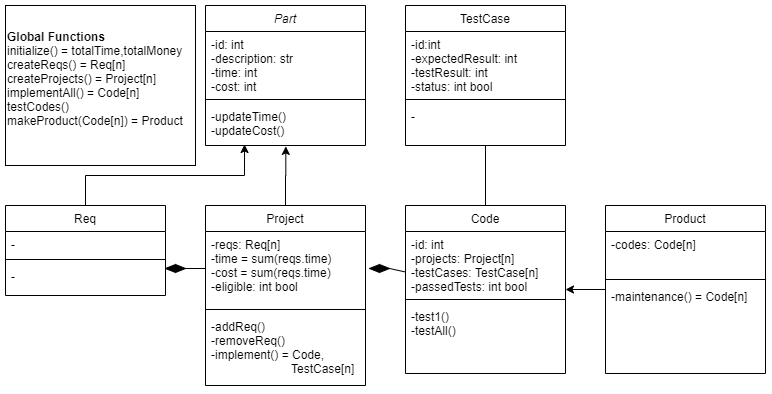
Before: PSasS UML.png, a diagram exported from draw.io (brusangues/software-engineering). Source tidied: cells renumbered, new cells last; positions are measured from the earlier drawing's top-left corner, leaving out a move shared by most shapes. The source it was exported from:
```xml
<mxGraphModel>
  <root>
    <mxCell id="0" />
    <mxCell id="1" parent="0" />
    <mxCell id="2" value="&lt;div&gt;&lt;span&gt;&lt;b&gt;Global Functions&lt;/b&gt;&lt;/span&gt;&lt;/div&gt;&lt;div&gt;&lt;span&gt;initialize() = totalTime,totalMoney&lt;/span&gt;&lt;/div&gt;&lt;div&gt;&lt;span&gt;createReqs() = Req[n]&lt;/span&gt;&lt;/div&gt;&lt;div&gt;&lt;span&gt;createProjects() = Project[n]&lt;/span&gt;&lt;/div&gt;&lt;div&gt;&lt;span&gt;implementAll() = Code[n]&lt;/span&gt;&lt;/div&gt;&lt;div&gt;testCodes()&lt;/div&gt;&lt;div&gt;&lt;span&gt;makeProduct(Code[n]) = Product&lt;/span&gt;&lt;br&gt;&lt;/div&gt;&lt;div&gt;&lt;span&gt;&lt;br&gt;&lt;/span&gt;&lt;/div&gt;" style="rounded=0;whiteSpace=wrap;html=1;align=left;" parent="1" vertex="1">
      <mxGeometry width="190" height="160" as="geometry" />
    </mxCell>
    <mxCell id="3" style="edgeStyle=orthogonalEdgeStyle;rounded=0;jettySize=auto;html=1;exitX=0.5;exitY=0;exitDx=0;exitDy=0;entryX=0.244;entryY=0.976;entryDx=0;entryDy=0;entryPerimeter=0;" parent="1" edge="1" source="4" target="20">
      <mxGeometry relative="1" as="geometry" />
    </mxCell>
    <mxCell id="4" value="Req" style="swimlane;fontStyle=0;align=center;verticalAlign=top;horizontal=1;startSize=26;rounded=0;shadow=0;strokeWidth=1;" parent="1" vertex="1">
      <mxGeometry y="200" width="160" height="90" as="geometry" />
    </mxCell>
    <mxCell id="5" value="-" style="text;align=left;verticalAlign=top;spacingLeft=4;spacingRight=4;overflow=hidden;" parent="4" vertex="1">
      <mxGeometry y="26" width="160" height="24" as="geometry" />
    </mxCell>
    <mxCell id="6" style="line;html=1;strokeWidth=1;align=left;verticalAlign=middle;spacingTop=-1;spacingLeft=3;spacingRight=3;labelPosition=right;" parent="4" vertex="1">
      <mxGeometry y="50" width="160" height="8" as="geometry" />
    </mxCell>
    <mxCell id="7" value="-" style="text;align=left;verticalAlign=top;spacingLeft=4;spacingRight=4;overflow=hidden;" parent="4" vertex="1">
      <mxGeometry y="58" width="160" height="22" as="geometry" />
    </mxCell>
    <mxCell id="8" style="edgeStyle=orthogonalEdgeStyle;rounded=0;jettySize=auto;html=1;exitX=0.5;exitY=0;exitDx=0;exitDy=0;entryX=0.502;entryY=1.021;entryDx=0;entryDy=0;entryPerimeter=0;" parent="1" edge="1" source="9" target="20">
      <mxGeometry relative="1" as="geometry" />
    </mxCell>
    <mxCell id="9" value="Project" style="swimlane;fontStyle=0;align=center;verticalAlign=top;horizontal=1;startSize=26;rounded=0;shadow=0;strokeWidth=1;" parent="1" vertex="1">
      <mxGeometry x="200" y="200" width="160" height="180" as="geometry" />
    </mxCell>
    <mxCell id="10" value="-reqs: Req[n]&#10;-time = sum(reqs.time)&#10;-cost = sum(reqs.time)&#10;-eligible: int bool" style="text;align=left;verticalAlign=top;spacingLeft=4;spacingRight=4;overflow=hidden;points=[[0,0.5],[1,0.5]];portConstraint=eastwest;" parent="9" vertex="1">
      <mxGeometry y="26" width="160" height="74" as="geometry" />
    </mxCell>
    <mxCell id="11" style="line;html=1;strokeWidth=1;align=left;verticalAlign=middle;spacingTop=-1;spacingLeft=3;spacingRight=3;labelPosition=right;" parent="9" vertex="1">
      <mxGeometry y="100" width="160" height="8" as="geometry" />
    </mxCell>
    <mxCell id="12" value="-addReq()&#10;-removeReq()&#10;-implement() = Code, &#10;                        TestCase[n]" style="text;align=left;verticalAlign=top;spacingLeft=4;spacingRight=4;overflow=hidden;fontStyle=0;" parent="9" vertex="1">
      <mxGeometry y="108" width="160" height="72" as="geometry" />
    </mxCell>
    <mxCell id="13" value="Code" style="swimlane;fontStyle=0;align=center;verticalAlign=top;horizontal=1;startSize=26;rounded=0;shadow=0;strokeWidth=1;" parent="1" vertex="1">
      <mxGeometry x="400" y="200" width="160" height="168" as="geometry" />
    </mxCell>
    <mxCell id="14" value="-id: int&#10;-projects: Project[n]&#10;-testCases: TestCase[n]&#10;-passedTests: int bool" style="text;align=left;verticalAlign=top;spacingLeft=4;spacingRight=4;overflow=hidden;points=[[0,0.5],[1,0.5]];portConstraint=eastwest;" parent="13" vertex="1">
      <mxGeometry y="26" width="160" height="64" as="geometry" />
    </mxCell>
    <mxCell id="15" style="line;html=1;strokeWidth=1;align=left;verticalAlign=middle;spacingTop=-1;spacingLeft=3;spacingRight=3;labelPosition=right;" parent="13" vertex="1">
      <mxGeometry y="90" width="160" height="8" as="geometry" />
    </mxCell>
    <mxCell id="16" value="-test1()&#10;-testAll()&#10;" style="text;align=left;verticalAlign=top;spacingLeft=4;spacingRight=4;overflow=hidden;" parent="13" vertex="1">
      <mxGeometry y="98" width="160" height="70" as="geometry" />
    </mxCell>
    <mxCell id="17" value="Part" style="swimlane;fontStyle=2;align=center;verticalAlign=top;horizontal=1;startSize=26;rounded=0;shadow=0;strokeWidth=1;" parent="1" vertex="1">
      <mxGeometry x="200" width="160" height="140" as="geometry" />
    </mxCell>
    <mxCell id="18" value="-id: int&#10;-description: str&#10;-time: int&#10;-cost: int" style="text;align=left;verticalAlign=top;spacingLeft=4;spacingRight=4;overflow=hidden;points=[[0,0.5],[1,0.5]];portConstraint=eastwest;" parent="17" vertex="1">
      <mxGeometry y="26" width="160" height="64" as="geometry" />
    </mxCell>
    <mxCell id="19" style="line;html=1;strokeWidth=1;align=left;verticalAlign=middle;spacingTop=-1;spacingLeft=3;spacingRight=3;labelPosition=right;" parent="17" vertex="1">
      <mxGeometry y="90" width="160" height="8" as="geometry" />
    </mxCell>
    <mxCell id="20" value="-updateTime()&#10;-updateCost()" style="text;align=left;verticalAlign=top;spacingLeft=4;spacingRight=4;overflow=hidden;points=[[0,0.5],[1,0.5]];portConstraint=eastwest;" parent="17" vertex="1">
      <mxGeometry y="98" width="160" height="42" as="geometry" />
    </mxCell>
    <mxCell id="21" value="TestCase" style="swimlane;fontStyle=0;align=center;verticalAlign=top;horizontal=1;startSize=26;rounded=0;shadow=0;strokeWidth=1;" parent="1" vertex="1">
      <mxGeometry x="400" width="160" height="140" as="geometry" />
    </mxCell>
    <mxCell id="22" value="-id:int&#10;-expectedResult: int&#10;-testResult: int&#10;-status: int bool&#10;-" style="text;align=left;verticalAlign=top;spacingLeft=4;spacingRight=4;overflow=hidden;" parent="21" vertex="1">
      <mxGeometry y="26" width="160" height="64" as="geometry" />
    </mxCell>
    <mxCell id="23" style="line;html=1;strokeWidth=1;align=left;verticalAlign=middle;spacingTop=-1;spacingLeft=3;spacingRight=3;labelPosition=right;" parent="21" vertex="1">
      <mxGeometry y="90" width="160" height="8" as="geometry" />
    </mxCell>
    <mxCell id="24" value="-" style="text;align=left;verticalAlign=top;spacingLeft=4;spacingRight=4;overflow=hidden;points=[[0,0.5],[1,0.5]];portConstraint=eastwest;" parent="21" vertex="1">
      <mxGeometry y="98" width="160" height="22" as="geometry" />
    </mxCell>
    <mxCell id="25" style="rhombus;whiteSpace=wrap;html=1;fillColor=#000000;" parent="1" vertex="1">
      <mxGeometry x="160" y="259" width="20" height="8" as="geometry" />
    </mxCell>
    <mxCell id="26" style="endArrow=none;html=1;entryX=1;entryY=0.5;entryDx=0;entryDy=0;exitX=0;exitY=0.5;exitDx=0;exitDy=0;" parent="1" edge="1" source="10" target="25">
      <mxGeometry relative="1" as="geometry" />
    </mxCell>
    <mxCell id="27" style="rhombus;whiteSpace=wrap;html=1;fillColor=#000000;" parent="1" vertex="1">
      <mxGeometry x="364" y="259" width="20" height="8" as="geometry" />
    </mxCell>
    <mxCell id="28" style="edgeStyle=orthogonalEdgeStyle;rounded=0;jettySize=auto;html=1;" parent="1" edge="1" source="29" target="13">
      <mxGeometry relative="1" as="geometry" />
    </mxCell>
    <mxCell id="29" value="Product" style="swimlane;fontStyle=0;align=center;verticalAlign=top;horizontal=1;startSize=26;rounded=0;shadow=0;strokeWidth=1;" parent="1" vertex="1">
      <mxGeometry x="600" y="200" width="160" height="168" as="geometry" />
    </mxCell>
    <mxCell id="30" value="-codes: Code[n]" style="text;align=left;verticalAlign=top;spacingLeft=4;spacingRight=4;overflow=hidden;" parent="29" vertex="1">
      <mxGeometry y="26" width="160" height="44" as="geometry" />
    </mxCell>
    <mxCell id="31" style="line;html=1;strokeWidth=1;align=left;verticalAlign=middle;spacingTop=-1;spacingLeft=3;spacingRight=3;labelPosition=right;" parent="29" vertex="1">
      <mxGeometry y="70" width="160" height="8" as="geometry" />
    </mxCell>
    <mxCell id="32" value="-maintenance() = Code[n]" style="text;align=left;verticalAlign=top;spacingLeft=4;spacingRight=4;overflow=hidden;" parent="29" vertex="1">
      <mxGeometry y="78" width="160" height="70" as="geometry" />
    </mxCell>
    <mxCell id="33" style="endArrow=none;html=1;exitX=1;exitY=0.5;exitDx=0;exitDy=0;" parent="1" edge="1" source="27" target="13">
      <mxGeometry relative="1" as="geometry" />
    </mxCell>
    <mxCell id="34" style="endArrow=none;html=1;entryX=0.5;entryY=1;entryDx=0;entryDy=0;exitX=0.5;exitY=0;exitDx=0;exitDy=0;" parent="1" edge="1" source="13" target="21">
      <mxGeometry relative="1" as="geometry" />
    </mxCell>
  </root>
</mxGraphModel>
```
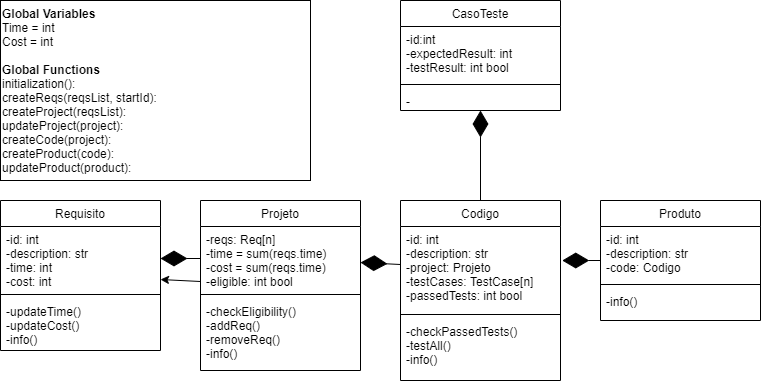
Above is the later version.

What changed in the source:
```diff
@@ -2,53 +2,59 @@
   <root>
     <mxCell id="0" />
     <mxCell id="1" parent="0" />
-    <mxCell id="2" value="&lt;div&gt;&lt;span&gt;&lt;b&gt;Global Functions&lt;/b&gt;&lt;/span&gt;&lt;/div&gt;&lt;div&gt;&lt;span&gt;initialize() = totalTime,totalMoney&lt;/span&gt;&lt;/div&gt;&lt;div&gt;&lt;span&gt;createReqs() = Req[n]&lt;/span&gt;&lt;/div&gt;&lt;div&gt;&lt;span&gt;createProjects() = Project[n]&lt;/span&gt;&lt;/div&gt;&lt;div&gt;&lt;span&gt;implementAll() = Code[n]&lt;/span&gt;&lt;/div&gt;&lt;div&gt;testCodes()&lt;/div&gt;&lt;div&gt;&lt;span&gt;makeProduct(Code[n]) = Product&lt;/span&gt;&lt;br&gt;&lt;/div&gt;&lt;div&gt;&lt;span&gt;&lt;br&gt;&lt;/span&gt;&lt;/div&gt;" style="rounded=0;whiteSpace=wrap;html=1;align=left;" parent="1" vertex="1">
-      <mxGeometry width="190" height="160" as="geometry" />
+    <mxCell id="2" value="&lt;div&gt;&lt;span&gt;&lt;b&gt;Global Variables&lt;/b&gt;&lt;/span&gt;&lt;/div&gt;&lt;div&gt;&lt;span&gt;Time = int&lt;/span&gt;&lt;/div&gt;&lt;div&gt;&lt;span&gt;Cost = int&lt;/span&gt;&lt;/div&gt;&lt;div&gt;&lt;span&gt;&lt;br&gt;&lt;/span&gt;&lt;/div&gt;&lt;div&gt;&lt;b&gt;Global Functions&lt;/b&gt;&lt;/div&gt;&lt;div&gt;&lt;div&gt;initialization():&lt;/div&gt;&lt;div&gt;createReqs(reqsList, startId):&lt;/div&gt;&lt;div&gt;createProject(reqsList):&lt;/div&gt;&lt;div&gt;updateProject(project):&lt;/div&gt;&lt;div&gt;createCode(project):&lt;/div&gt;&lt;div&gt;createProduct(code):&lt;/div&gt;&lt;div&gt;updateProduct(product):&lt;/div&gt;&lt;/div&gt;" style="rounded=0;whiteSpace=wrap;html=1;align=left;" parent="1" vertex="1">
+      <mxGeometry width="310" height="180" as="geometry" />
     </mxCell>
-    <mxCell id="3" style="edgeStyle=orthogonalEdgeStyle;rounded=0;jettySize=auto;html=1;exitX=0.5;exitY=0;exitDx=0;exitDy=0;entryX=0.244;entryY=0.976;entryDx=0;entryDy=0;entryPerimeter=0;" parent="1" edge="1" source="4" target="20">
-      <mxGeometry relative="1" as="geometry" />
-    </mxCell>
-    <mxCell id="4" value="Req" style="swimlane;fontStyle=0;align=center;verticalAlign=top;horizontal=1;startSize=26;rounded=0;shadow=0;strokeWidth=1;" parent="1" vertex="1">
-      <mxGeometry y="200" width="160" height="90" as="geometry" />
-    </mxCell>
-    <mxCell id="5" value="-" style="text;align=left;verticalAlign=top;spacingLeft=4;spacingRight=4;overflow=hidden;" parent="4" vertex="1">
-      <mxGeometry y="26" width="160" height="24" as="geometry" />
-    </mxCell>
-    <mxCell id="6" style="line;html=1;strokeWidth=1;align=left;verticalAlign=middle;spacingTop=-1;spacingLeft=3;spacingRight=3;labelPosition=right;" parent="4" vertex="1">
-      <mxGeometry y="50" width="160" height="8" as="geometry" />
-    </mxCell>
-    <mxCell id="7" value="-" style="text;align=left;verticalAlign=top;spacingLeft=4;spacingRight=4;overflow=hidden;" parent="4" vertex="1">
-      <mxGeometry y="58" width="160" height="22" as="geometry" />
-    </mxCell>
-    <mxCell id="8" style="edgeStyle=orthogonalEdgeStyle;rounded=0;jettySize=auto;html=1;exitX=0.5;exitY=0;exitDx=0;exitDy=0;entryX=0.502;entryY=1.021;entryDx=0;entryDy=0;entryPerimeter=0;" parent="1" edge="1" source="9" target="20">
-      <mxGeometry relative="1" as="geometry" />
-    </mxCell>
-    <mxCell id="9" value="Project" style="swimlane;fontStyle=0;align=center;verticalAlign=top;horizontal=1;startSize=26;rounded=0;shadow=0;strokeWidth=1;" parent="1" vertex="1">
-      <mxGeometry x="200" y="200" width="160" height="180" as="geometry" />
+    <mxCell id="9" value="Projeto" style="swimlane;fontStyle=0;align=center;verticalAlign=top;horizontal=1;startSize=26;rounded=0;shadow=0;strokeWidth=1;" parent="1" vertex="1">
+      <mxGeometry x="200" y="200" width="160" height="170" as="geometry" />
     </mxCell>
     <mxCell id="10" value="-reqs: Req[n]&#10;-time = sum(reqs.time)&#10;-cost = sum(reqs.time)&#10;-eligible: int bool" style="text;align=left;verticalAlign=top;spacingLeft=4;spacingRight=4;overflow=hidden;points=[[0,0.5],[1,0.5]];portConstraint=eastwest;" parent="9" vertex="1">
-      <mxGeometry y="26" width="160" height="74" as="geometry" />
+      <mxGeometry y="26" width="160" height="64" as="geometry" />
     </mxCell>
     <mxCell id="11" style="line;html=1;strokeWidth=1;align=left;verticalAlign=middle;spacingTop=-1;spacingLeft=3;spacingRight=3;labelPosition=right;" parent="9" vertex="1">
-      <mxGeometry y="100" width="160" height="8" as="geometry" />
+      <mxGeometry y="90" width="160" height="8" as="geometry" />
     </mxCell>
-    <mxCell id="12" value="-addReq()&#10;-removeReq()&#10;-implement() = Code, &#10;                        TestCase[n]" style="text;align=left;verticalAlign=top;spacingLeft=4;spacingRight=4;overflow=hidden;fontStyle=0;" parent="9" vertex="1">
-      <mxGeometry y="108" width="160" height="72" as="geometry" />
+    <mxCell id="12" value="-checkEligibility()&#10;-addReq()&#10;-removeReq()&#10;-info()" style="text;align=left;verticalAlign=top;spacingLeft=4;spacingRight=4;overflow=hidden;fontStyle=0;" parent="9" vertex="1">
+      <mxGeometry y="98" width="160" height="72" as="geometry" />
     </mxCell>
-    <mxCell id="13" value="Code" style="swimlane;fontStyle=0;align=center;verticalAlign=top;horizontal=1;startSize=26;rounded=0;shadow=0;strokeWidth=1;" parent="1" vertex="1">
-      <mxGeometry x="400" y="200" width="160" height="168" as="geometry" />
+    <mxCell id="13" value="Codigo" style="swimlane;fontStyle=0;align=center;verticalAlign=top;horizontal=1;startSize=26;rounded=0;shadow=0;strokeWidth=1;" parent="1" vertex="1">
+      <mxGeometry x="400" y="200" width="160" height="180" as="geometry" />
     </mxCell>
-    <mxCell id="14" value="-id: int&#10;-projects: Project[n]&#10;-testCases: TestCase[n]&#10;-passedTests: int bool" style="text;align=left;verticalAlign=top;spacingLeft=4;spacingRight=4;overflow=hidden;points=[[0,0.5],[1,0.5]];portConstraint=eastwest;" parent="13" vertex="1">
-      <mxGeometry y="26" width="160" height="64" as="geometry" />
+    <mxCell id="14" value="-id: int&#10;-description: str&#10;-project: Projeto&#10;-testCases: TestCase[n]&#10;-passedTests: int bool" style="text;align=left;verticalAlign=top;spacingLeft=4;spacingRight=4;overflow=hidden;points=[[0,0.5],[1,0.5]];portConstraint=eastwest;" parent="13" vertex="1">
+      <mxGeometry y="26" width="160" height="84" as="geometry" />
     </mxCell>
     <mxCell id="15" style="line;html=1;strokeWidth=1;align=left;verticalAlign=middle;spacingTop=-1;spacingLeft=3;spacingRight=3;labelPosition=right;" parent="13" vertex="1">
-      <mxGeometry y="90" width="160" height="8" as="geometry" />
+      <mxGeometry y="110" width="160" height="8" as="geometry" />
     </mxCell>
-    <mxCell id="16" value="-test1()&#10;-testAll()&#10;" style="text;align=left;verticalAlign=top;spacingLeft=4;spacingRight=4;overflow=hidden;" parent="13" vertex="1">
-      <mxGeometry y="98" width="160" height="70" as="geometry" />
+    <mxCell id="16" value="-checkPassedTests()&#10;-testAll()&#10;-info()&#10;" style="text;align=left;verticalAlign=top;spacingLeft=4;spacingRight=4;overflow=hidden;" parent="13" vertex="1">
+      <mxGeometry y="118" width="160" height="52" as="geometry" />
     </mxCell>
+    <mxCell id="21" value="CasoTeste" style="swimlane;fontStyle=0;align=center;verticalAlign=top;horizontal=1;startSize=26;rounded=0;shadow=0;strokeWidth=1;" parent="1" vertex="1">
+      <mxGeometry x="400" width="160" height="110" as="geometry" />
+    </mxCell>
+    <mxCell id="22" value="-id:int&#10;-expectedResult: int&#10;-testResult: int bool" style="text;align=left;verticalAlign=top;spacingLeft=4;spacingRight=4;overflow=hidden;" parent="21" vertex="1">
+      <mxGeometry y="26" width="160" height="54" as="geometry" />
+    </mxCell>
+    <mxCell id="23" style="line;html=1;strokeWidth=1;align=left;verticalAlign=middle;spacingTop=-1;spacingLeft=3;spacingRight=3;labelPosition=right;" parent="21" vertex="1">
+      <mxGeometry y="80" width="160" height="8" as="geometry" />
+    </mxCell>
+    <mxCell id="24" value="-" style="text;align=left;verticalAlign=top;spacingLeft=4;spacingRight=4;overflow=hidden;points=[[0,0.5],[1,0.5]];portConstraint=eastwest;" parent="21" vertex="1">
+      <mxGeometry y="88" width="160" height="22" as="geometry" />
+    </mxCell>
+    <mxCell id="29" value="Produto" style="swimlane;fontStyle=0;align=center;verticalAlign=top;horizontal=1;startSize=26;rounded=0;shadow=0;strokeWidth=1;" parent="1" vertex="1">
+      <mxGeometry x="600" y="200" width="160" height="120" as="geometry" />
+    </mxCell>
+    <mxCell id="30" value="-id: int&#10;-description: str&#10;-code: Codigo&#10;" style="text;align=left;verticalAlign=top;spacingLeft=4;spacingRight=4;overflow=hidden;" parent="29" vertex="1">
+      <mxGeometry y="26" width="160" height="54" as="geometry" />
+    </mxCell>
+    <mxCell id="31" style="line;html=1;strokeWidth=1;align=left;verticalAlign=middle;spacingTop=-1;spacingLeft=3;spacingRight=3;labelPosition=right;" parent="29" vertex="1">
+      <mxGeometry y="80" width="160" height="8" as="geometry" />
+    </mxCell>
+    <mxCell id="32" value="-info()" style="text;align=left;verticalAlign=top;spacingLeft=4;spacingRight=4;overflow=hidden;" parent="29" vertex="1">
+      <mxGeometry y="88" width="160" height="32" as="geometry" />
+    </mxCell>
-    <mxCell id="17" value="Part" style="swimlane;fontStyle=2;align=center;verticalAlign=top;horizontal=1;startSize=26;rounded=0;shadow=0;strokeWidth=1;" parent="1" vertex="1">
-      <mxGeometry x="200" width="160" height="140" as="geometry" />
+    <mxCell id="17" value="Requisito" style="swimlane;fontStyle=0;align=center;verticalAlign=top;horizontal=1;startSize=26;rounded=0;shadow=0;strokeWidth=1;" parent="1" vertex="1">
+      <mxGeometry y="200" width="160" height="150" as="geometry" />
     </mxCell>
     <mxCell id="18" value="-id: int&#10;-description: str&#10;-time: int&#10;-cost: int" style="text;align=left;verticalAlign=top;spacingLeft=4;spacingRight=4;overflow=hidden;points=[[0,0.5],[1,0.5]];portConstraint=eastwest;" parent="17" vertex="1">
       <mxGeometry y="26" width="160" height="64" as="geometry" />
@@ -56,50 +62,23 @@
     <mxCell id="19" style="line;html=1;strokeWidth=1;align=left;verticalAlign=middle;spacingTop=-1;spacingLeft=3;spacingRight=3;labelPosition=right;" parent="17" vertex="1">
       <mxGeometry y="90" width="160" height="8" as="geometry" />
     </mxCell>
-    <mxCell id="20" value="-updateTime()&#10;-updateCost()" style="text;align=left;verticalAlign=top;spacingLeft=4;spacingRight=4;overflow=hidden;points=[[0,0.5],[1,0.5]];portConstraint=eastwest;" parent="17" vertex="1">
-      <mxGeometry y="98" width="160" height="42" as="geometry" />
+    <mxCell id="20" value="-updateTime()&#10;-updateCost()&#10;-info()" style="text;align=left;verticalAlign=top;spacingLeft=4;spacingRight=4;overflow=hidden;points=[[0,0.5],[1,0.5]];portConstraint=eastwest;" parent="17" vertex="1">
+      <mxGeometry y="98" width="160" height="52" as="geometry" />
     </mxCell>
-    <mxCell id="21" value="TestCase" style="swimlane;fontStyle=0;align=center;verticalAlign=top;horizontal=1;startSize=26;rounded=0;shadow=0;strokeWidth=1;" parent="1" vertex="1">
-      <mxGeometry x="400" width="160" height="140" as="geometry" />
-    </mxCell>
-    <mxCell id="22" value="-id:int&#10;-expectedResult: int&#10;-testResult: int&#10;-status: int bool&#10;-" style="text;align=left;verticalAlign=top;spacingLeft=4;spacingRight=4;overflow=hidden;" parent="21" vertex="1">
-      <mxGeometry y="26" width="160" height="64" as="geometry" />
-    </mxCell>
-    <mxCell id="23" style="line;html=1;strokeWidth=1;align=left;verticalAlign=middle;spacingTop=-1;spacingLeft=3;spacingRight=3;labelPosition=right;" parent="21" vertex="1">
-      <mxGeometry y="90" width="160" height="8" as="geometry" />
-    </mxCell>
-    <mxCell id="24" value="-" style="text;align=left;verticalAlign=top;spacingLeft=4;spacingRight=4;overflow=hidden;points=[[0,0.5],[1,0.5]];portConstraint=eastwest;" parent="21" vertex="1">
-      <mxGeometry y="98" width="160" height="22" as="geometry" />
-    </mxCell>
-    <mxCell id="25" style="rhombus;whiteSpace=wrap;html=1;fillColor=#000000;" parent="1" vertex="1">
-      <mxGeometry x="160" y="259" width="20" height="8" as="geometry" />
-    </mxCell>
-    <mxCell id="26" style="endArrow=none;html=1;entryX=1;entryY=0.5;entryDx=0;entryDy=0;exitX=0;exitY=0.5;exitDx=0;exitDy=0;" parent="1" edge="1" source="10" target="25">
-      <mxGeometry relative="1" as="geometry" />
-    </mxCell>
-    <mxCell id="27" style="rhombus;whiteSpace=wrap;html=1;fillColor=#000000;" parent="1" vertex="1">
-      <mxGeometry x="364" y="259" width="20" height="8" as="geometry" />
-    </mxCell>
-    <mxCell id="28" style="edgeStyle=orthogonalEdgeStyle;rounded=0;jettySize=auto;html=1;" parent="1" edge="1" source="29" target="13">
-      <mxGeometry relative="1" as="geometry" />
-    </mxCell>
-    <mxCell id="29" value="Product" style="swimlane;fontStyle=0;align=center;verticalAlign=top;horizontal=1;startSize=26;rounded=0;shadow=0;strokeWidth=1;" parent="1" vertex="1">
-      <mxGeometry x="600" y="200" width="160" height="168" as="geometry" />
-    </mxCell>
-    <mxCell id="30" value="-codes: Code[n]" style="text;align=left;verticalAlign=top;spacingLeft=4;spacingRight=4;overflow=hidden;" parent="29" vertex="1">
-      <mxGeometry y="26" width="160" height="44" as="geometry" />
-    </mxCell>
-    <mxCell id="31" style="line;html=1;strokeWidth=1;align=left;verticalAlign=middle;spacingTop=-1;spacingLeft=3;spacingRight=3;labelPosition=right;" parent="29" vertex="1">
-      <mxGeometry y="70" width="160" height="8" as="geometry" />
-    </mxCell>
-    <mxCell id="32" value="-maintenance() = Code[n]" style="text;align=left;verticalAlign=top;spacingLeft=4;spacingRight=4;overflow=hidden;" parent="29" vertex="1">
-      <mxGeometry y="78" width="160" height="70" as="geometry" />
-    </mxCell>
-    <mxCell id="33" style="endArrow=none;html=1;exitX=1;exitY=0.5;exitDx=0;exitDy=0;" parent="1" edge="1" source="27" target="13">
-      <mxGeometry relative="1" as="geometry" />
-    </mxCell>
-    <mxCell id="34" style="endArrow=none;html=1;entryX=0.5;entryY=1;entryDx=0;entryDy=0;exitX=0.5;exitY=0;exitDx=0;exitDy=0;" parent="1" edge="1" source="13" target="21">
-      <mxGeometry relative="1" as="geometry" />
-    </mxCell>
+    <mxCell id="35" style="endArrow=classic;html=1;" parent="1" edge="1" source="9" target="17">
+      <mxGeometry relative="1" as="geometry" />
+    </mxCell>
+    <mxCell id="36" style="endArrow=diamondThin;endFill=1;endSize=24;html=1;exitX=0;exitY=0.5;exitDx=0;exitDy=0;entryX=1.011;entryY=0.405;entryDx=0;entryDy=0;entryPerimeter=0;" parent="1" edge="1" source="29" target="14">
+      <mxGeometry relative="1" as="geometry" />
+    </mxCell>
+    <mxCell id="37" style="endArrow=diamondThin;endFill=1;endSize=24;html=1;" parent="1" edge="1" source="14" target="10">
+      <mxGeometry relative="1" as="geometry" />
+    </mxCell>
+    <mxCell id="38" style="endArrow=diamondThin;endFill=1;endSize=24;html=1;" parent="1" edge="1" source="10" target="18">
+      <mxGeometry relative="1" as="geometry" />
+    </mxCell>
+    <mxCell id="39" style="endArrow=diamondThin;endFill=1;endSize=24;html=1;exitX=0.5;exitY=0;exitDx=0;exitDy=0;" parent="1" edge="1" source="13" target="24">
+      <mxGeometry relative="1" as="geometry" />
+    </mxCell>
   </root>
 </mxGraphModel>
```
